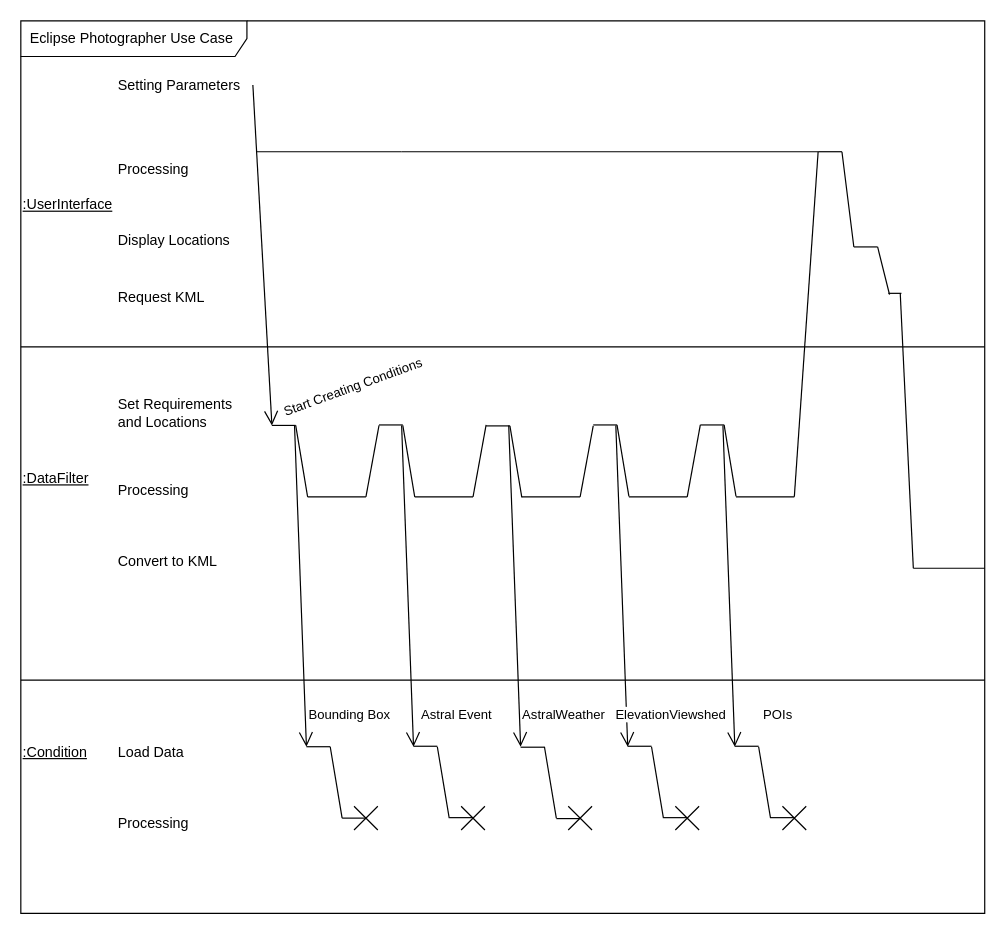
Before: UML/DrawIO/TimingDiagram.drawio in ALEEF02/PrecisionLocationProcessor, a draw.io diagram. Source tidied: cells renumbered, new cells numbered last; positions are measured from the earlier drawing's top-left corner, leaving out a move shared by most shapes. Both pictures are drawn from the tidied source at 119%, with x=0, y=0 at pixel (20, 20).
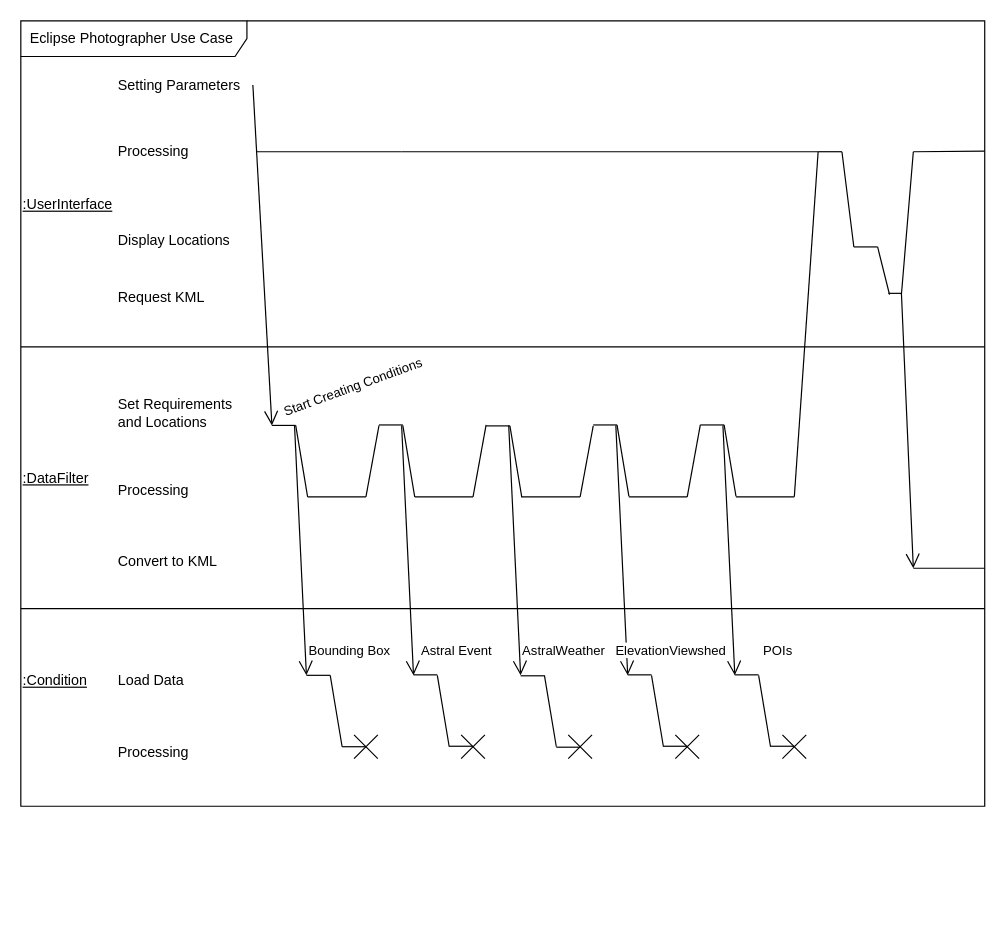
The same diagram, later.

Commit message:
Clean up formatting

Modify KML section

Change to the diagram source:
```diff
@@
     <mxCell id="2" value="Eclipse Photographer Use Case&amp;nbsp;" style="shape=umlFrame;whiteSpace=wrap;html=1;width=190;height=30;" parent="1" vertex="1">
-      <mxGeometry width="810" height="750" as="geometry" />
+      <mxGeometry width="810" height="660" as="geometry" />
     </mxCell>
@@
     <mxCell id="6" value="Load Data" style="text;html=1;align=left;verticalAlign=middle;strokeColor=none;fillColor=none;" parent="1" vertex="1">
-      <mxGeometry x="80" y="600" width="80" height="30" as="geometry" />
+      <mxGeometry x="80" y="540" width="80" height="30" as="geometry" />
     </mxCell>
@@
     <mxCell id="10" value="Processing" style="text;html=1;align=left;verticalAlign=middle;strokeColor=none;fillColor=none;" parent="1" vertex="1">
-      <mxGeometry x="80" y="110" width="80" height="30" as="geometry" />
+      <mxGeometry x="80" y="95" width="80" height="30" as="geometry" />
     </mxCell>
@@
-    <mxCell id="43" style="endArrow=none;html=1;rounded=0;" parent="1" edge="1">
+    <mxCell id="43" style="endArrow=open;html=1;rounded=0;endFill=0;endSize=10;" parent="1" edge="1">
       <mxGeometry relative="1" as="geometry">
-        <mxPoint x="739" y="229" as="sourcePoint" />
+        <mxPoint x="740" y="229" as="sourcePoint" />
         <mxPoint x="750" y="460" as="targetPoint" />
       </mxGeometry>
     </mxCell>
@@
     <mxCell id="45" style="line;strokeWidth=1;fillColor=none;align=left;verticalAlign=middle;spacingTop=-1;spacingLeft=3;spacingRight=3;labelPosition=right;strokeColor=inherit;" parent="1" vertex="1">
-      <mxGeometry y="550" width="810" height="8" as="geometry" />
+      <mxGeometry y="490" width="810" height="8" as="geometry" />
     </mxCell>
     <mxCell id="46" value="&lt;u&gt;:Condition&lt;/u&gt;" style="text;html=1;align=left;verticalAlign=middle;strokeColor=none;fillColor=none;" parent="1" vertex="1">
-      <mxGeometry y="600" width="80" height="30" as="geometry" />
+      <mxGeometry y="540" width="80" height="30" as="geometry" />
     </mxCell>
     <mxCell id="47" value="Processing" style="text;html=1;align=left;verticalAlign=middle;strokeColor=none;fillColor=none;" parent="1" vertex="1">
-      <mxGeometry x="80" y="660" width="80" height="30" as="geometry" />
+      <mxGeometry x="80" y="600" width="80" height="30" as="geometry" />
     </mxCell>
     <mxCell id="48" style="endArrow=none;html=1;rounded=0;" parent="1" edge="1">
       <mxGeometry relative="1" as="geometry">
-        <mxPoint x="240" y="610" as="sourcePoint" />
-        <mxPoint x="260" y="610" as="targetPoint" />
+        <mxPoint x="240" y="550" as="sourcePoint" />
+        <mxPoint x="260" y="550" as="targetPoint" />
       </mxGeometry>
     </mxCell>
     <mxCell id="49" style="endArrow=none;html=1;rounded=0;" parent="1" edge="1">
       <mxGeometry relative="1" as="geometry">
-        <mxPoint x="330" y="609.6" as="sourcePoint" />
-        <mxPoint x="350" y="609.6" as="targetPoint" />
+        <mxPoint x="330" y="549.6" as="sourcePoint" />
+        <mxPoint x="350" y="549.6" as="targetPoint" />
       </mxGeometry>
     </mxCell>
     <mxCell id="50" style="endArrow=none;html=1;rounded=0;" parent="1" edge="1">
       <mxGeometry relative="1" as="geometry">
-        <mxPoint x="420" y="610.4" as="sourcePoint" />
-        <mxPoint x="440" y="610.4" as="targetPoint" />
+        <mxPoint x="420" y="550.4" as="sourcePoint" />
+        <mxPoint x="440" y="550.4" as="targetPoint" />
       </mxGeometry>
     </mxCell>
     <mxCell id="51" style="endArrow=none;html=1;rounded=0;" parent="1" edge="1">
       <mxGeometry relative="1" as="geometry">
-        <mxPoint x="510" y="609.6" as="sourcePoint" />
-        <mxPoint x="530" y="609.6" as="targetPoint" />
+        <mxPoint x="510" y="549.6" as="sourcePoint" />
+        <mxPoint x="530" y="549.6" as="targetPoint" />
       </mxGeometry>
     </mxCell>
     <mxCell id="52" style="endArrow=none;html=1;rounded=0;" parent="1" edge="1">
       <mxGeometry relative="1" as="geometry">
-        <mxPoint x="600" y="609.6" as="sourcePoint" />
-        <mxPoint x="620" y="609.6" as="targetPoint" />
+        <mxPoint x="600" y="549.6" as="sourcePoint" />
+        <mxPoint x="620" y="549.6" as="targetPoint" />
       </mxGeometry>
     </mxCell>
     <mxCell id="53" style="endArrow=none;html=1;rounded=0;" parent="1" edge="1">
       <mxGeometry relative="1" as="geometry">
-        <mxPoint x="260" y="610" as="sourcePoint" />
-        <mxPoint x="270" y="670" as="targetPoint" />
+        <mxPoint x="260" y="550" as="sourcePoint" />
+        <mxPoint x="270" y="610" as="targetPoint" />
       </mxGeometry>
     </mxCell>
     <mxCell id="54" style="endArrow=none;html=1;rounded=0;" parent="1" edge="1">
       <mxGeometry relative="1" as="geometry">
-        <mxPoint x="350" y="610" as="sourcePoint" />
-        <mxPoint x="360" y="670" as="targetPoint" />
+        <mxPoint x="350" y="550" as="sourcePoint" />
+        <mxPoint x="360" y="610" as="targetPoint" />
       </mxGeometry>
     </mxCell>
     <mxCell id="55" style="endArrow=none;html=1;rounded=0;" parent="1" edge="1">
       <mxGeometry relative="1" as="geometry">
-        <mxPoint x="440" y="610" as="sourcePoint" />
-        <mxPoint x="450" y="670" as="targetPoint" />
+        <mxPoint x="440" y="550" as="sourcePoint" />
+        <mxPoint x="450" y="610" as="targetPoint" />
       </mxGeometry>
     </mxCell>
     <mxCell id="56" style="endArrow=none;html=1;rounded=0;" parent="1" edge="1">
       <mxGeometry relative="1" as="geometry">
-        <mxPoint x="530" y="610" as="sourcePoint" />
-        <mxPoint x="540" y="670" as="targetPoint" />
+        <mxPoint x="530" y="550" as="sourcePoint" />
+        <mxPoint x="540" y="610" as="targetPoint" />
       </mxGeometry>
     </mxCell>
     <mxCell id="57" style="endArrow=none;html=1;rounded=0;" parent="1" edge="1">
       <mxGeometry relative="1" as="geometry">
-        <mxPoint x="620" y="610" as="sourcePoint" />
-        <mxPoint x="630" y="670" as="targetPoint" />
+        <mxPoint x="620" y="550" as="sourcePoint" />
+        <mxPoint x="630" y="610" as="targetPoint" />
       </mxGeometry>
     </mxCell>
     <mxCell id="58" style="endArrow=none;html=1;rounded=0;" parent="1" edge="1">
       <mxGeometry relative="1" as="geometry">
-        <mxPoint x="270" y="670" as="sourcePoint" />
-        <mxPoint x="290" y="670" as="targetPoint" />
+        <mxPoint x="270" y="610" as="sourcePoint" />
+        <mxPoint x="290" y="610" as="targetPoint" />
       </mxGeometry>
     </mxCell>
     <mxCell id="59" style="endArrow=none;html=1;rounded=0;" parent="1" edge="1">
       <mxGeometry relative="1" as="geometry">
-        <mxPoint x="360" y="669.6" as="sourcePoint" />
-        <mxPoint x="380" y="669.6" as="targetPoint" />
+        <mxPoint x="360" y="609.6" as="sourcePoint" />
+        <mxPoint x="380" y="609.6" as="targetPoint" />
       </mxGeometry>
     </mxCell>
     <mxCell id="60" style="endArrow=none;html=1;rounded=0;" parent="1" edge="1">
       <mxGeometry relative="1" as="geometry">
-        <mxPoint x="450" y="670.4" as="sourcePoint" />
-        <mxPoint x="470" y="670.4" as="targetPoint" />
+        <mxPoint x="450" y="610.4" as="sourcePoint" />
+        <mxPoint x="470" y="610.4" as="targetPoint" />
       </mxGeometry>
     </mxCell>
     <mxCell id="61" style="endArrow=none;html=1;rounded=0;" parent="1" edge="1">
       <mxGeometry relative="1" as="geometry">
-        <mxPoint x="540" y="669.6" as="sourcePoint" />
-        <mxPoint x="560" y="669.6" as="targetPoint" />
+        <mxPoint x="540" y="609.6" as="sourcePoint" />
+        <mxPoint x="560" y="609.6" as="targetPoint" />
       </mxGeometry>
     </mxCell>
     <mxCell id="62" style="endArrow=none;html=1;rounded=0;" parent="1" edge="1">
       <mxGeometry relative="1" as="geometry">
-        <mxPoint x="630" y="669.6" as="sourcePoint" />
-        <mxPoint x="650" y="669.6" as="targetPoint" />
+        <mxPoint x="630" y="609.6" as="sourcePoint" />
+        <mxPoint x="650" y="609.6" as="targetPoint" />
       </mxGeometry>
     </mxCell>
     <mxCell id="63" style="endArrow=open;html=1;rounded=0;endFill=0;endSize=10;" parent="1" edge="1">
       <mxGeometry relative="1" as="geometry">
         <mxPoint x="230" y="340" as="sourcePoint" />
-        <mxPoint x="240" y="610" as="targetPoint" />
+        <mxPoint x="240" y="550" as="targetPoint" />
       </mxGeometry>
     </mxCell>
@@
     <mxCell id="65" style="endArrow=open;html=1;rounded=0;endFill=0;endSize=10;" parent="1" edge="1">
       <mxGeometry relative="1" as="geometry">
         <mxPoint x="320" y="340" as="sourcePoint" />
-        <mxPoint x="330" y="610" as="targetPoint" />
+        <mxPoint x="330" y="550" as="targetPoint" />
       </mxGeometry>
     </mxCell>
@@
     <mxCell id="67" style="endArrow=open;html=1;rounded=0;endFill=0;endSize=10;" parent="1" edge="1">
       <mxGeometry relative="1" as="geometry">
         <mxPoint x="410" y="340" as="sourcePoint" />
-        <mxPoint x="420" y="610" as="targetPoint" />
+        <mxPoint x="420" y="550" as="targetPoint" />
       </mxGeometry>
     </mxCell>
@@
     <mxCell id="69" style="endArrow=open;html=1;rounded=0;endFill=0;endSize=10;" parent="1" edge="1">
       <mxGeometry relative="1" as="geometry">
         <mxPoint x="500" y="340" as="sourcePoint" />
-        <mxPoint x="510" y="610" as="targetPoint" />
+        <mxPoint x="510" y="550" as="targetPoint" />
       </mxGeometry>
     </mxCell>
@@
     <mxCell id="71" style="endArrow=open;html=1;rounded=0;endFill=0;endSize=10;" parent="1" edge="1">
       <mxGeometry relative="1" as="geometry">
         <mxPoint x="590" y="340" as="sourcePoint" />
-        <mxPoint x="600" y="610" as="targetPoint" />
+        <mxPoint x="600" y="550" as="targetPoint" />
       </mxGeometry>
     </mxCell>
@@
     <mxCell id="73" style="shape=umlDestroy;whiteSpace=wrap;html=1;strokeWidth=1;targetShapes=umlLifeline;" parent="1" vertex="1">
-      <mxGeometry x="280" y="660" width="20" height="20" as="geometry" />
+      <mxGeometry x="280" y="600" width="20" height="20" as="geometry" />
     </mxCell>
     <mxCell id="74" style="shape=umlDestroy;whiteSpace=wrap;html=1;strokeWidth=1;targetShapes=umlLifeline;" parent="1" vertex="1">
-      <mxGeometry x="370" y="660" width="20" height="20" as="geometry" />
+      <mxGeometry x="370" y="600" width="20" height="20" as="geometry" />
     </mxCell>
     <mxCell id="75" style="shape=umlDestroy;whiteSpace=wrap;html=1;strokeWidth=1;targetShapes=umlLifeline;" parent="1" vertex="1">
-      <mxGeometry x="460" y="660" width="20" height="20" as="geometry" />
+      <mxGeometry x="460" y="600" width="20" height="20" as="geometry" />
     </mxCell>
     <mxCell id="76" style="shape=umlDestroy;whiteSpace=wrap;html=1;strokeWidth=1;targetShapes=umlLifeline;" parent="1" vertex="1">
-      <mxGeometry x="550" y="660" width="20" height="20" as="geometry" />
+      <mxGeometry x="550" y="600" width="20" height="20" as="geometry" />
     </mxCell>
     <mxCell id="77" style="shape=umlDestroy;whiteSpace=wrap;html=1;strokeWidth=1;targetShapes=umlLifeline;" parent="1" vertex="1">
-      <mxGeometry x="640" y="660" width="20" height="20" as="geometry" />
+      <mxGeometry x="640" y="600" width="20" height="20" as="geometry" />
     </mxCell>
+    <mxCell id="78" style="endArrow=none;html=1;rounded=0;" parent="1" edge="1">
+      <mxGeometry relative="1" as="geometry">
+        <mxPoint x="750" y="110" as="sourcePoint" />
+        <mxPoint x="810" y="109.5" as="targetPoint" />
+      </mxGeometry>
+    </mxCell>
+    <mxCell id="79" style="endArrow=none;html=1;rounded=0;" parent="1" edge="1">
+      <mxGeometry relative="1" as="geometry">
+        <mxPoint x="750" y="110" as="sourcePoint" />
+        <mxPoint x="740" y="230" as="targetPoint" />
+      </mxGeometry>
+    </mxCell>
```
